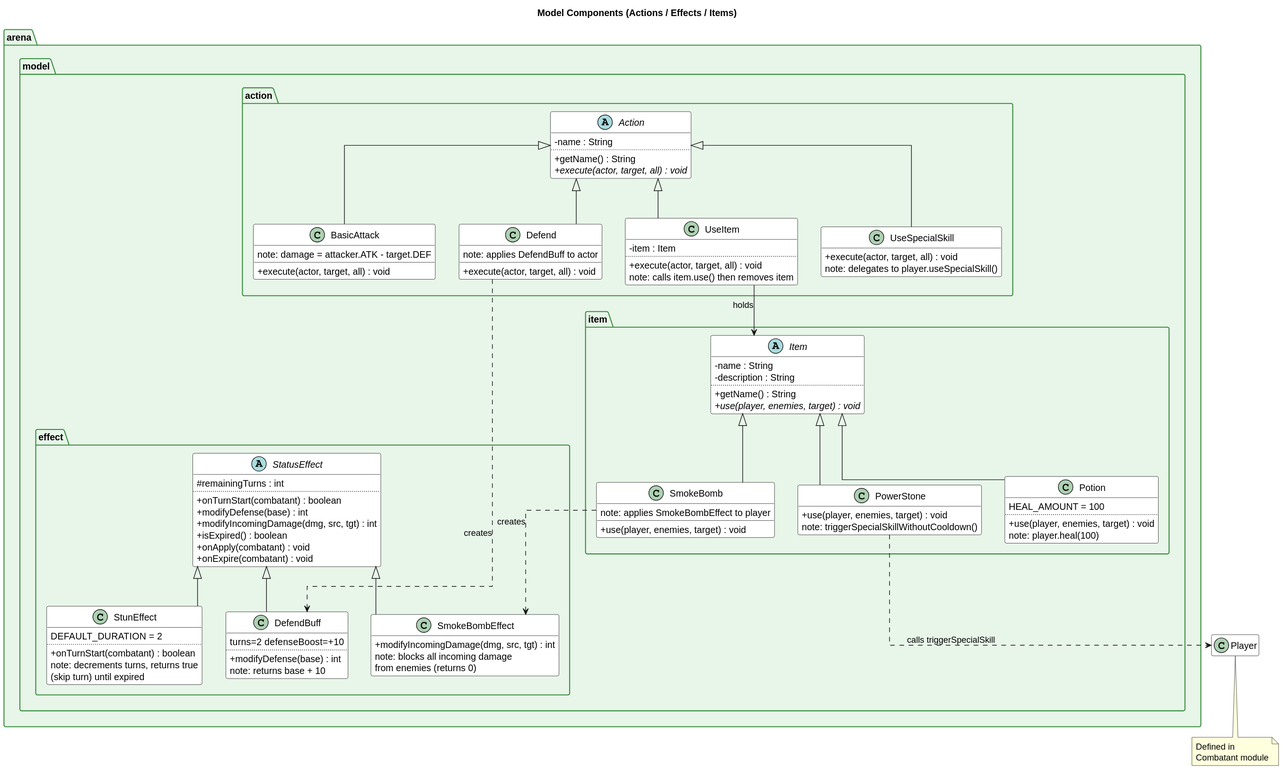
Above: newdiag/uml_model.svg in YongzhangLiu/sc2002-combat-arena (PlantUML), before the change.
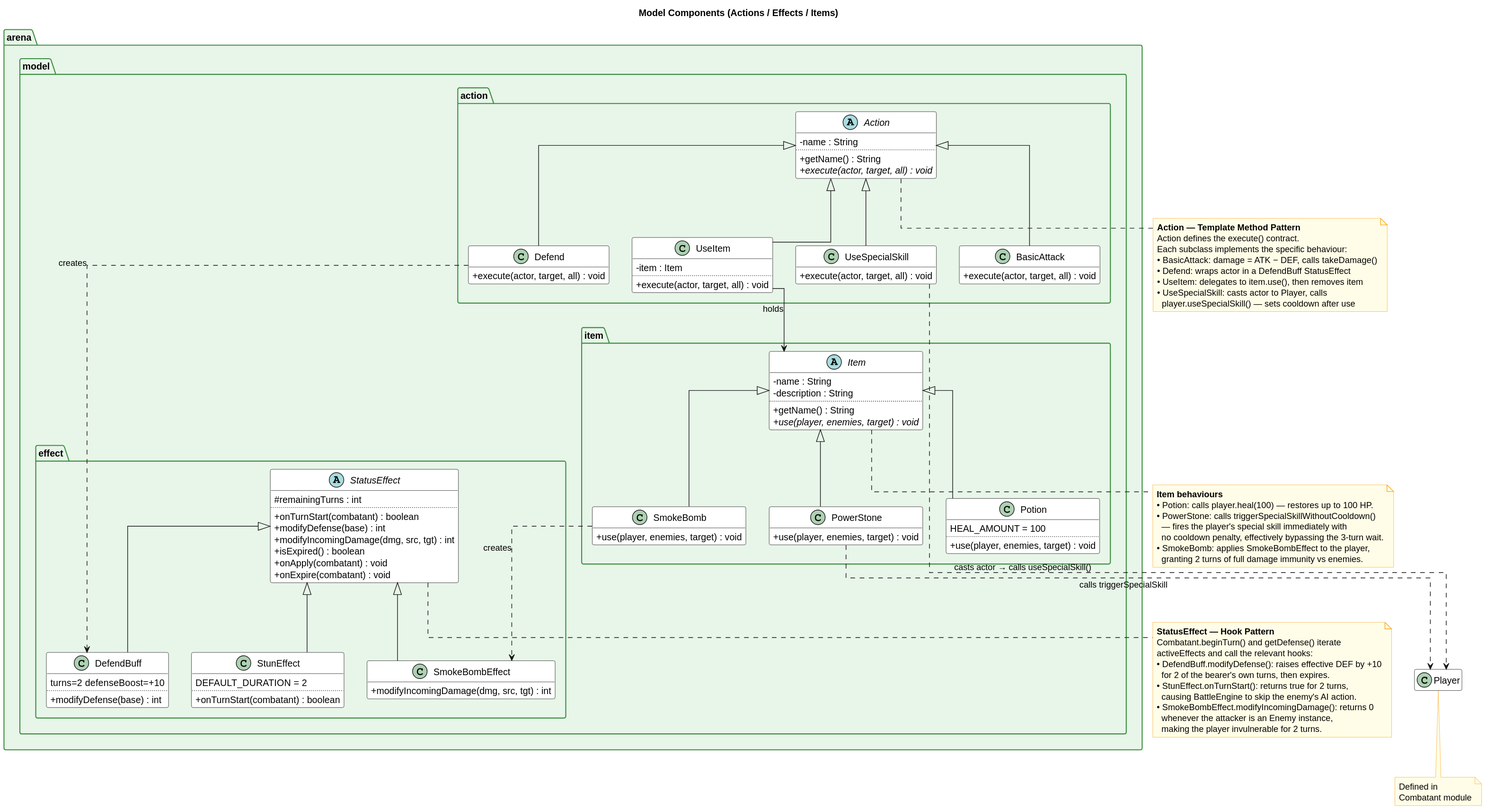
After the change.

What changed in the source:
```diff
@@ -10,6 +10,10 @@
 skinparam package {
     BackgroundColor #E8F5E9
     BorderColor #388E3C
+}
+skinparam note {
+    BackgroundColor #FFFDE7
+    BorderColor #F9A825
 }
 
 hide empty members
@@ -25,26 +29,34 @@
 
     class BasicAttack {
         + execute(actor, target, all) : void
-        note: damage = attacker.ATK - target.DEF
     }
 
     class Defend {
         + execute(actor, target, all) : void
-        note: applies DefendBuff to actor
     }
 
     class UseItem {
         - item : Item
         ..
         + execute(actor, target, all) : void
-        note: calls item.use() then removes item
     }
 
     class UseSpecialSkill {
         + execute(actor, target, all) : void
-        note: delegates to player.useSpecialSkill()
     }
 }
+
+note as N_ACTION #FFFDE7
+  <b>Action — Template Method Pattern</b>
+  Action defines the execute() contract.
+  Each subclass implements the specific behaviour:
+  • BasicAttack: damage = ATK − DEF, calls takeDamage()
+  • Defend: wraps actor in a DefendBuff StatusEffect
+  • UseItem: delegates to item.use(), then removes item
+  • UseSpecialSkill: casts actor to Player, calls
+    player.useSpecialSkill() — sets cooldown after use
+end note
+Action .. N_ACTION
 
 package "arena.model.effect" {
 
@@ -63,21 +75,32 @@
         turns=2  defenseBoost=+10
         ..
         + modifyDefense(base) : int
-        note: returns base + 10
     }
 
     class StunEffect {
         DEFAULT_DURATION = 2
         ..
         + onTurnStart(combatant) : boolean
-        note: decrements turns, returns true\n(skip turn) until expired
     }
 
     class SmokeBombEffect {
         + modifyIncomingDamage(dmg, src, tgt) : int
-        note: blocks all incoming damage\nfrom enemies (returns 0)
     }
 }
+
+note as N_EFFECT #FFFDE7
+  <b>StatusEffect — Hook Pattern</b>
+  Combatant.beginTurn() and getDefense() iterate
+  activeEffects and call the relevant hooks:
+  • DefendBuff.modifyDefense(): raises effective DEF by +10
+    for 2 of the bearer's own turns, then expires.
+  • StunEffect.onTurnStart(): returns true for 2 turns,
+    causing BattleEngine to skip the enemy's AI action.
+  • SmokeBombEffect.modifyIncomingDamage(): returns 0
+    whenever the attacker is an Enemy instance,
+    making the player invulnerable for 2 turns.
+end note
+StatusEffect .. N_EFFECT
 
 package "arena.model.item" {
 
@@ -93,19 +116,27 @@
         HEAL_AMOUNT = 100
         ..
         + use(player, enemies, target) : void
-        note: player.heal(100)
     }
 
     class PowerStone {
         + use(player, enemies, target) : void
-        note: triggerSpecialSkillWithoutCooldown()
     }
 
     class SmokeBomb {
         + use(player, enemies, target) : void
-        note: applies SmokeBombEffect to player
     }
 }
+
+note as N_ITEM #FFFDE7
+  <b>Item behaviours</b>
+  • Potion: calls player.heal(100) — restores up to 100 HP.
+  • PowerStone: calls triggerSpecialSkillWithoutCooldown()
+    — fires the player's special skill immediately with
+    no cooldown penalty, effectively bypassing the 3-turn wait.
+  • SmokeBomb: applies SmokeBombEffect to the player,
+    granting 2 turns of full damage immunity vs enemies.
+end note
+Item .. N_ITEM
 
 Action      <|-- BasicAttack
 Action      <|-- Defend
@@ -120,10 +151,11 @@
 Item <|-- PowerStone
 Item <|-- SmokeBomb
 
-UseItem     --> Item         : holds
-Defend      ..> DefendBuff   : creates
-SmokeBomb   ..> SmokeBombEffect : creates
-PowerStone  ..> Player       : calls triggerSpecialSkill
+UseItem          -->  Item            : holds
+Defend           ..>  DefendBuff      : creates
+SmokeBomb        ..>  SmokeBombEffect : creates
+PowerStone       ..>  Player          : calls triggerSpecialSkill
+UseSpecialSkill  ..>  Player          : casts actor → calls useSpecialSkill()
 
 note bottom of Player : Defined in\nCombatant module
 @enduml
```
